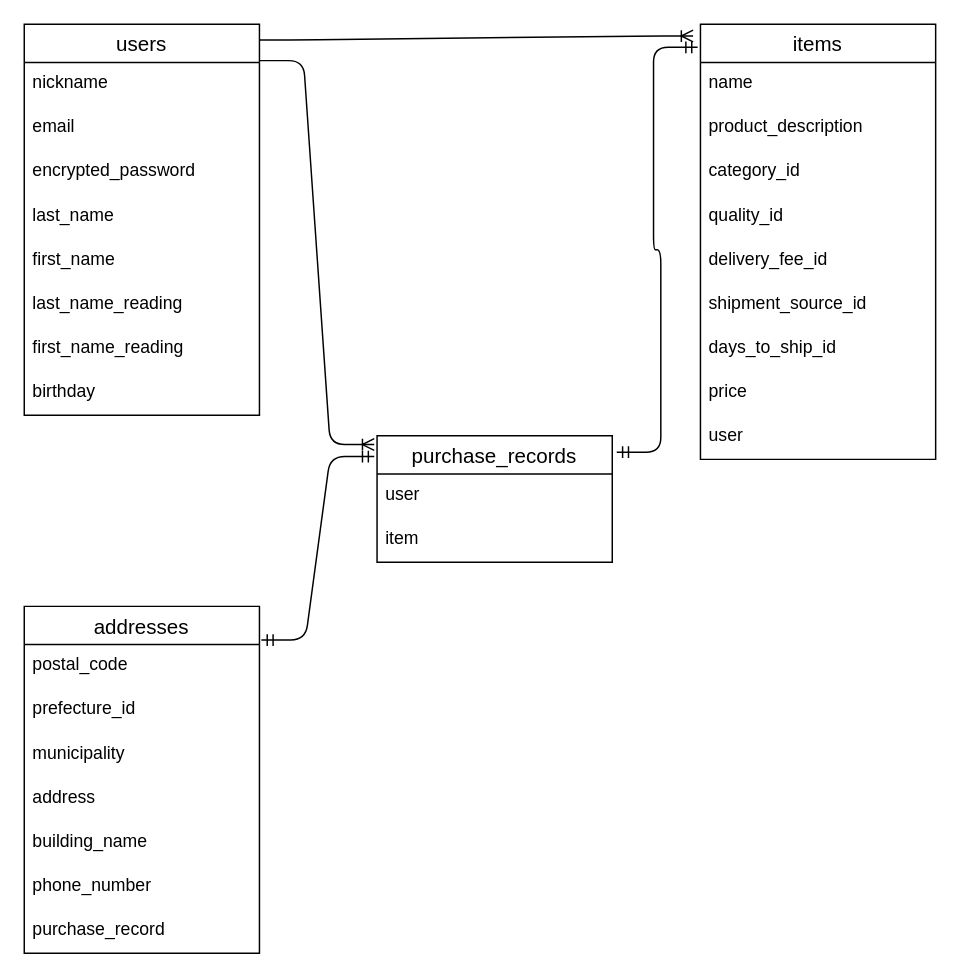
Earlier version of the draw.io diagram er.dio (tdjn6034/furima-29097). Source tidied: cells renumbered, new cells numbered last; positions are measured from the earlier drawing's top-left corner, leaving out a move shared by most shapes. Both pictures are drawn from the tidied source at 147%, with x=0, y=0 at pixel (24, 24).
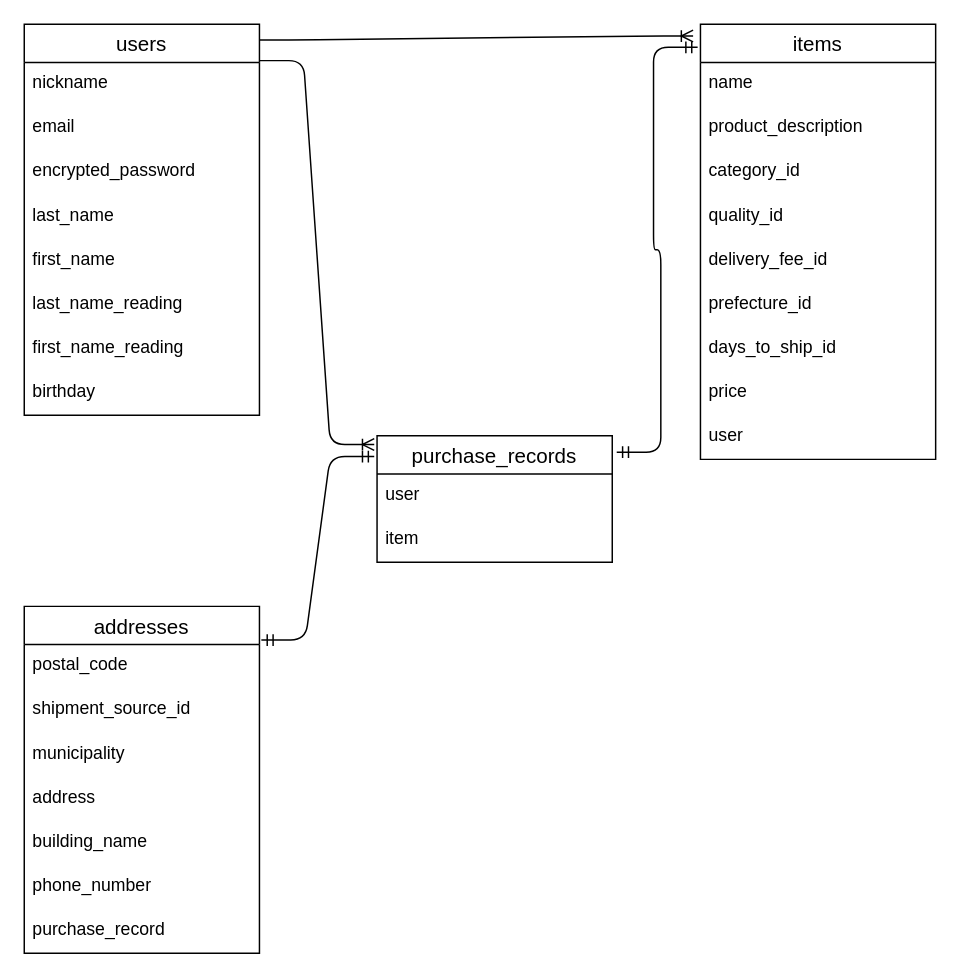
After the change.

Commit message (it also covers changes not shown here):
都道府県に関するカラムをprefecture_idに統一したER図の作成

Unchanged cells that the change refers to:
```xml
<mxCell id="2" value="items" style="swimlane;fontStyle=0;horizontal=1;startSize=26;align=center;fontSize=14;" parent="1" vertex="1">
  <mxGeometry x="460" width="160" height="296" as="geometry" />
</mxCell>
<mxCell id="28" value="addresses" style="swimlane;fontStyle=0;horizontal=1;startSize=26;align=center;fontSize=14;" parent="1" vertex="1">
  <mxGeometry y="396" width="160" height="236" as="geometry" />
</mxCell>
```

The edit, as a diff of the source:
```diff
@@
-    <mxCell id="8" value="shipment_source_id" style="text;strokeColor=none;fillColor=none;spacingLeft=4;spacingRight=4;overflow=hidden;fontSize=12;" parent="2" vertex="1">
+    <mxCell id="8" value="prefecture_id" style="text;strokeColor=none;fillColor=none;spacingLeft=4;spacingRight=4;overflow=hidden;fontSize=12;" parent="2" vertex="1">
       <mxGeometry y="176" width="160" height="30" as="geometry" />
     </mxCell>
@@
-    <mxCell id="30" value="prefecture_id" style="text;strokeColor=none;fillColor=none;spacingLeft=4;spacingRight=4;overflow=hidden;fontSize=12;" parent="28" vertex="1">
+    <mxCell id="30" value="shipment_source_id" style="text;strokeColor=none;fillColor=none;spacingLeft=4;spacingRight=4;overflow=hidden;fontSize=12;" parent="28" vertex="1">
       <mxGeometry y="56" width="160" height="30" as="geometry" />
     </mxCell>
```
